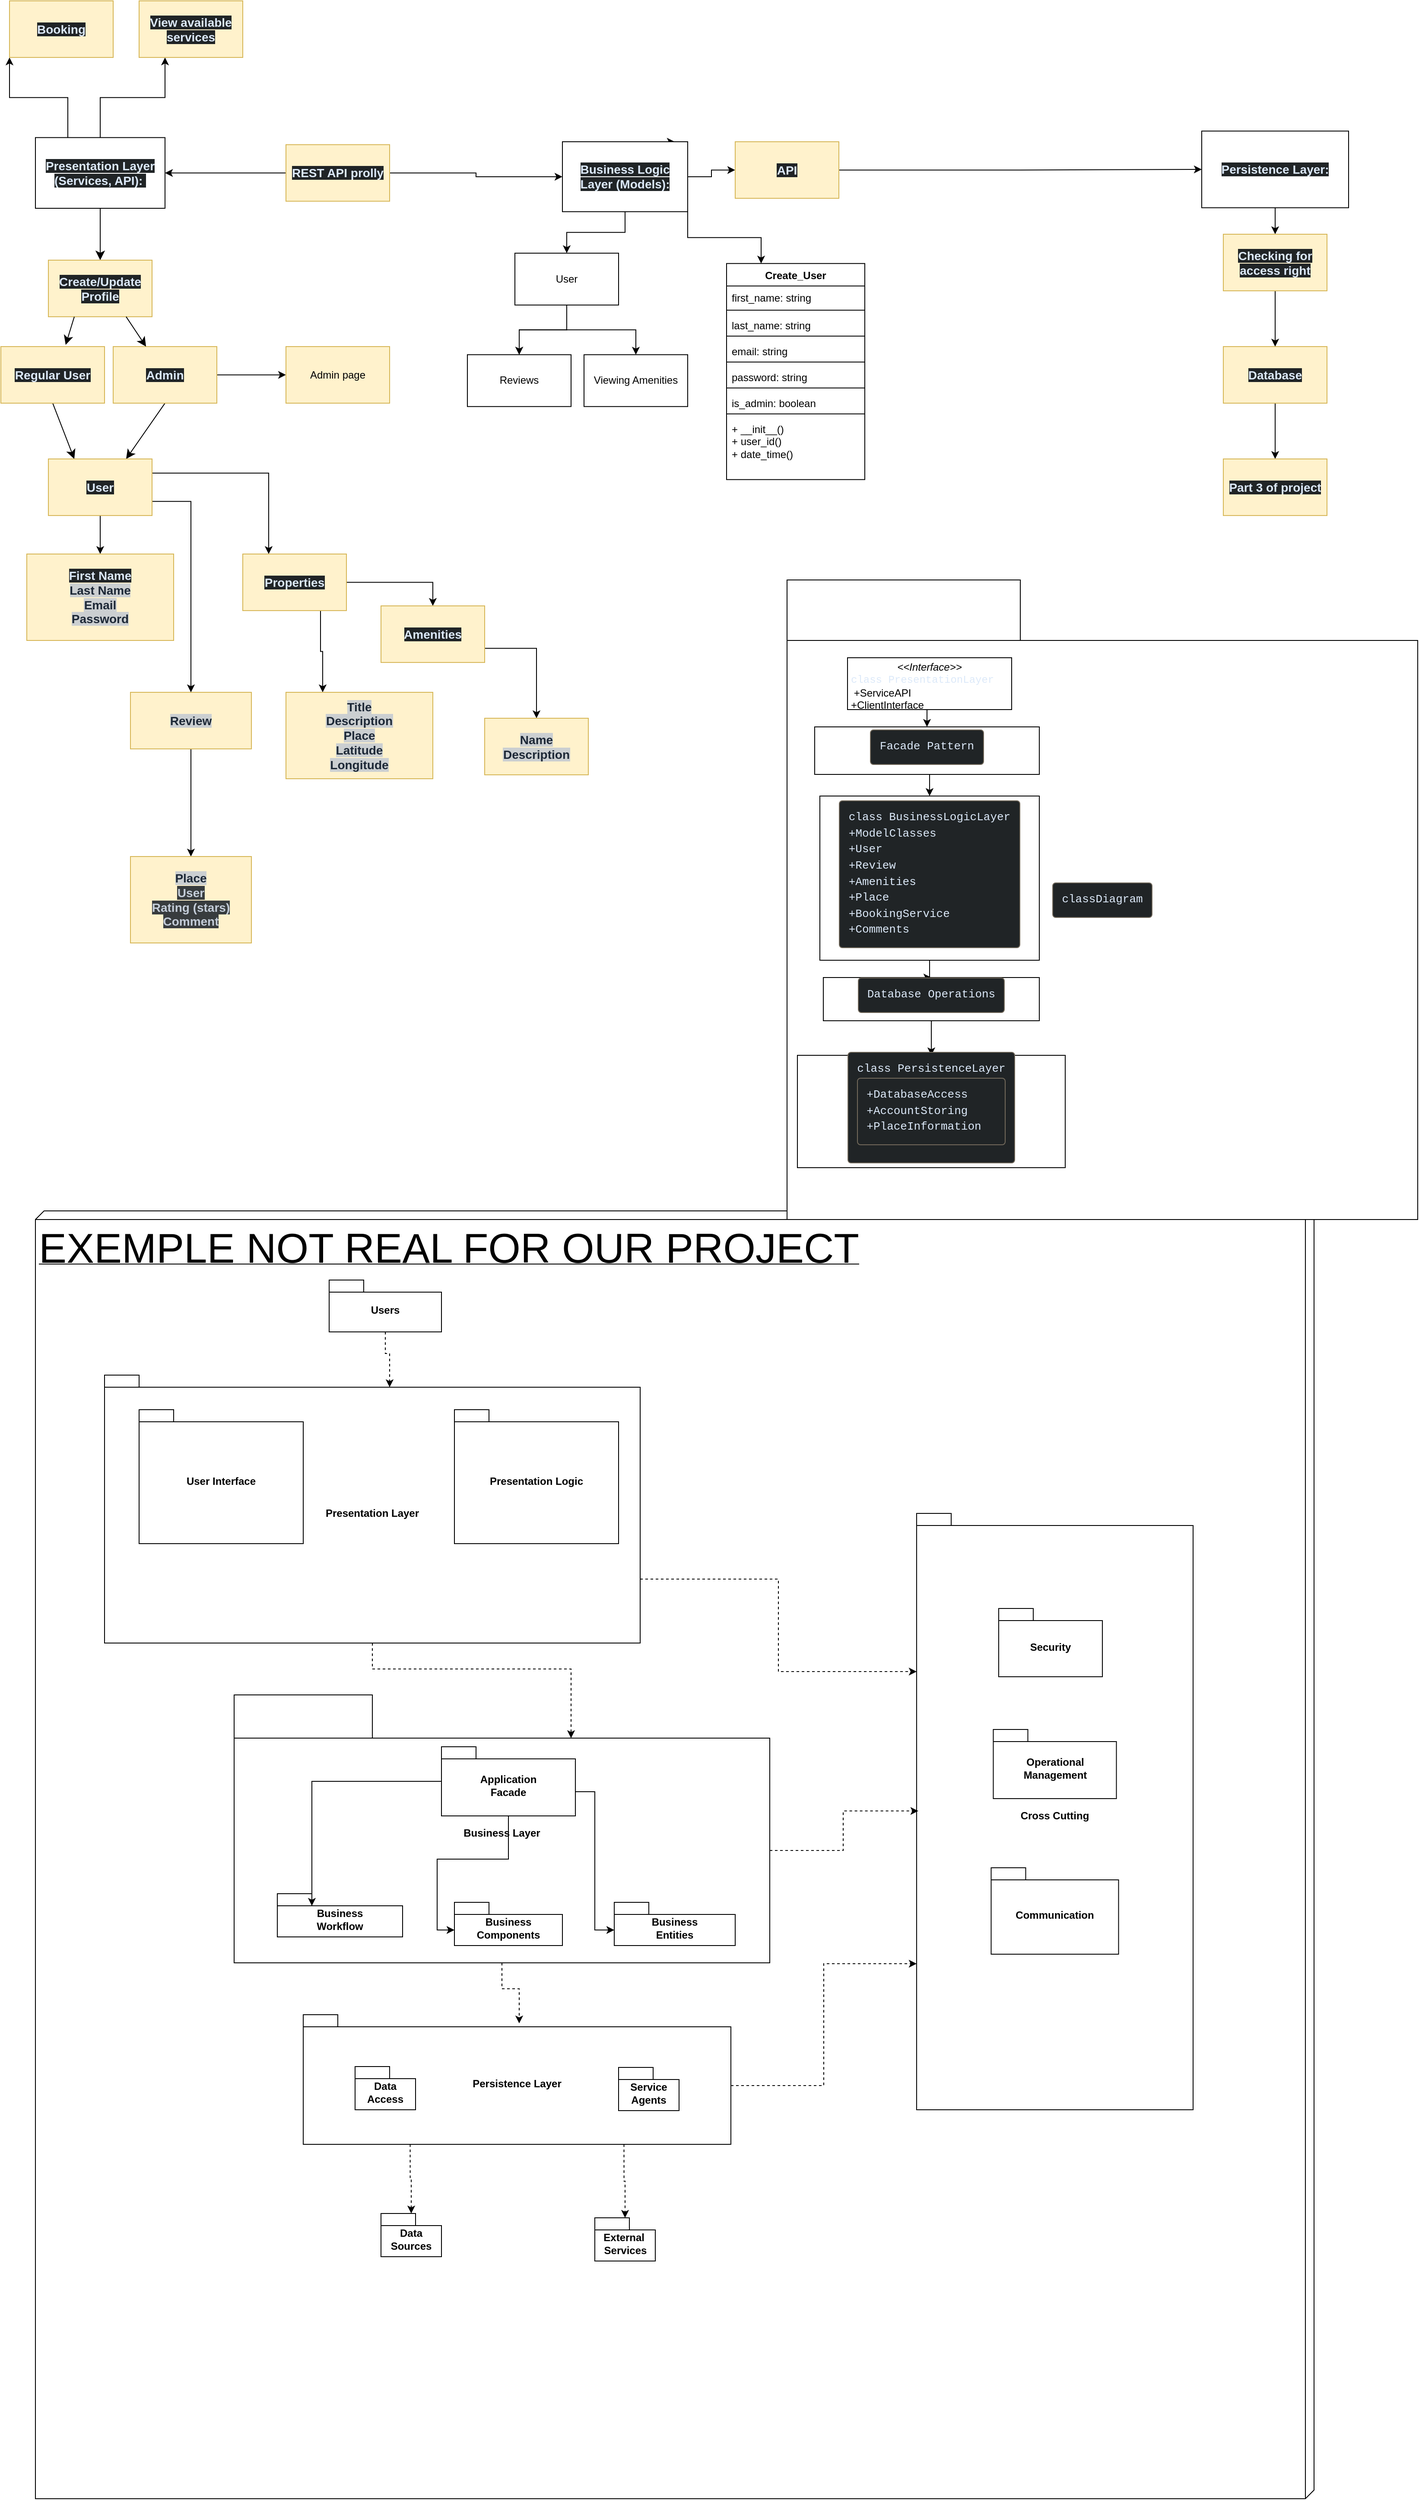
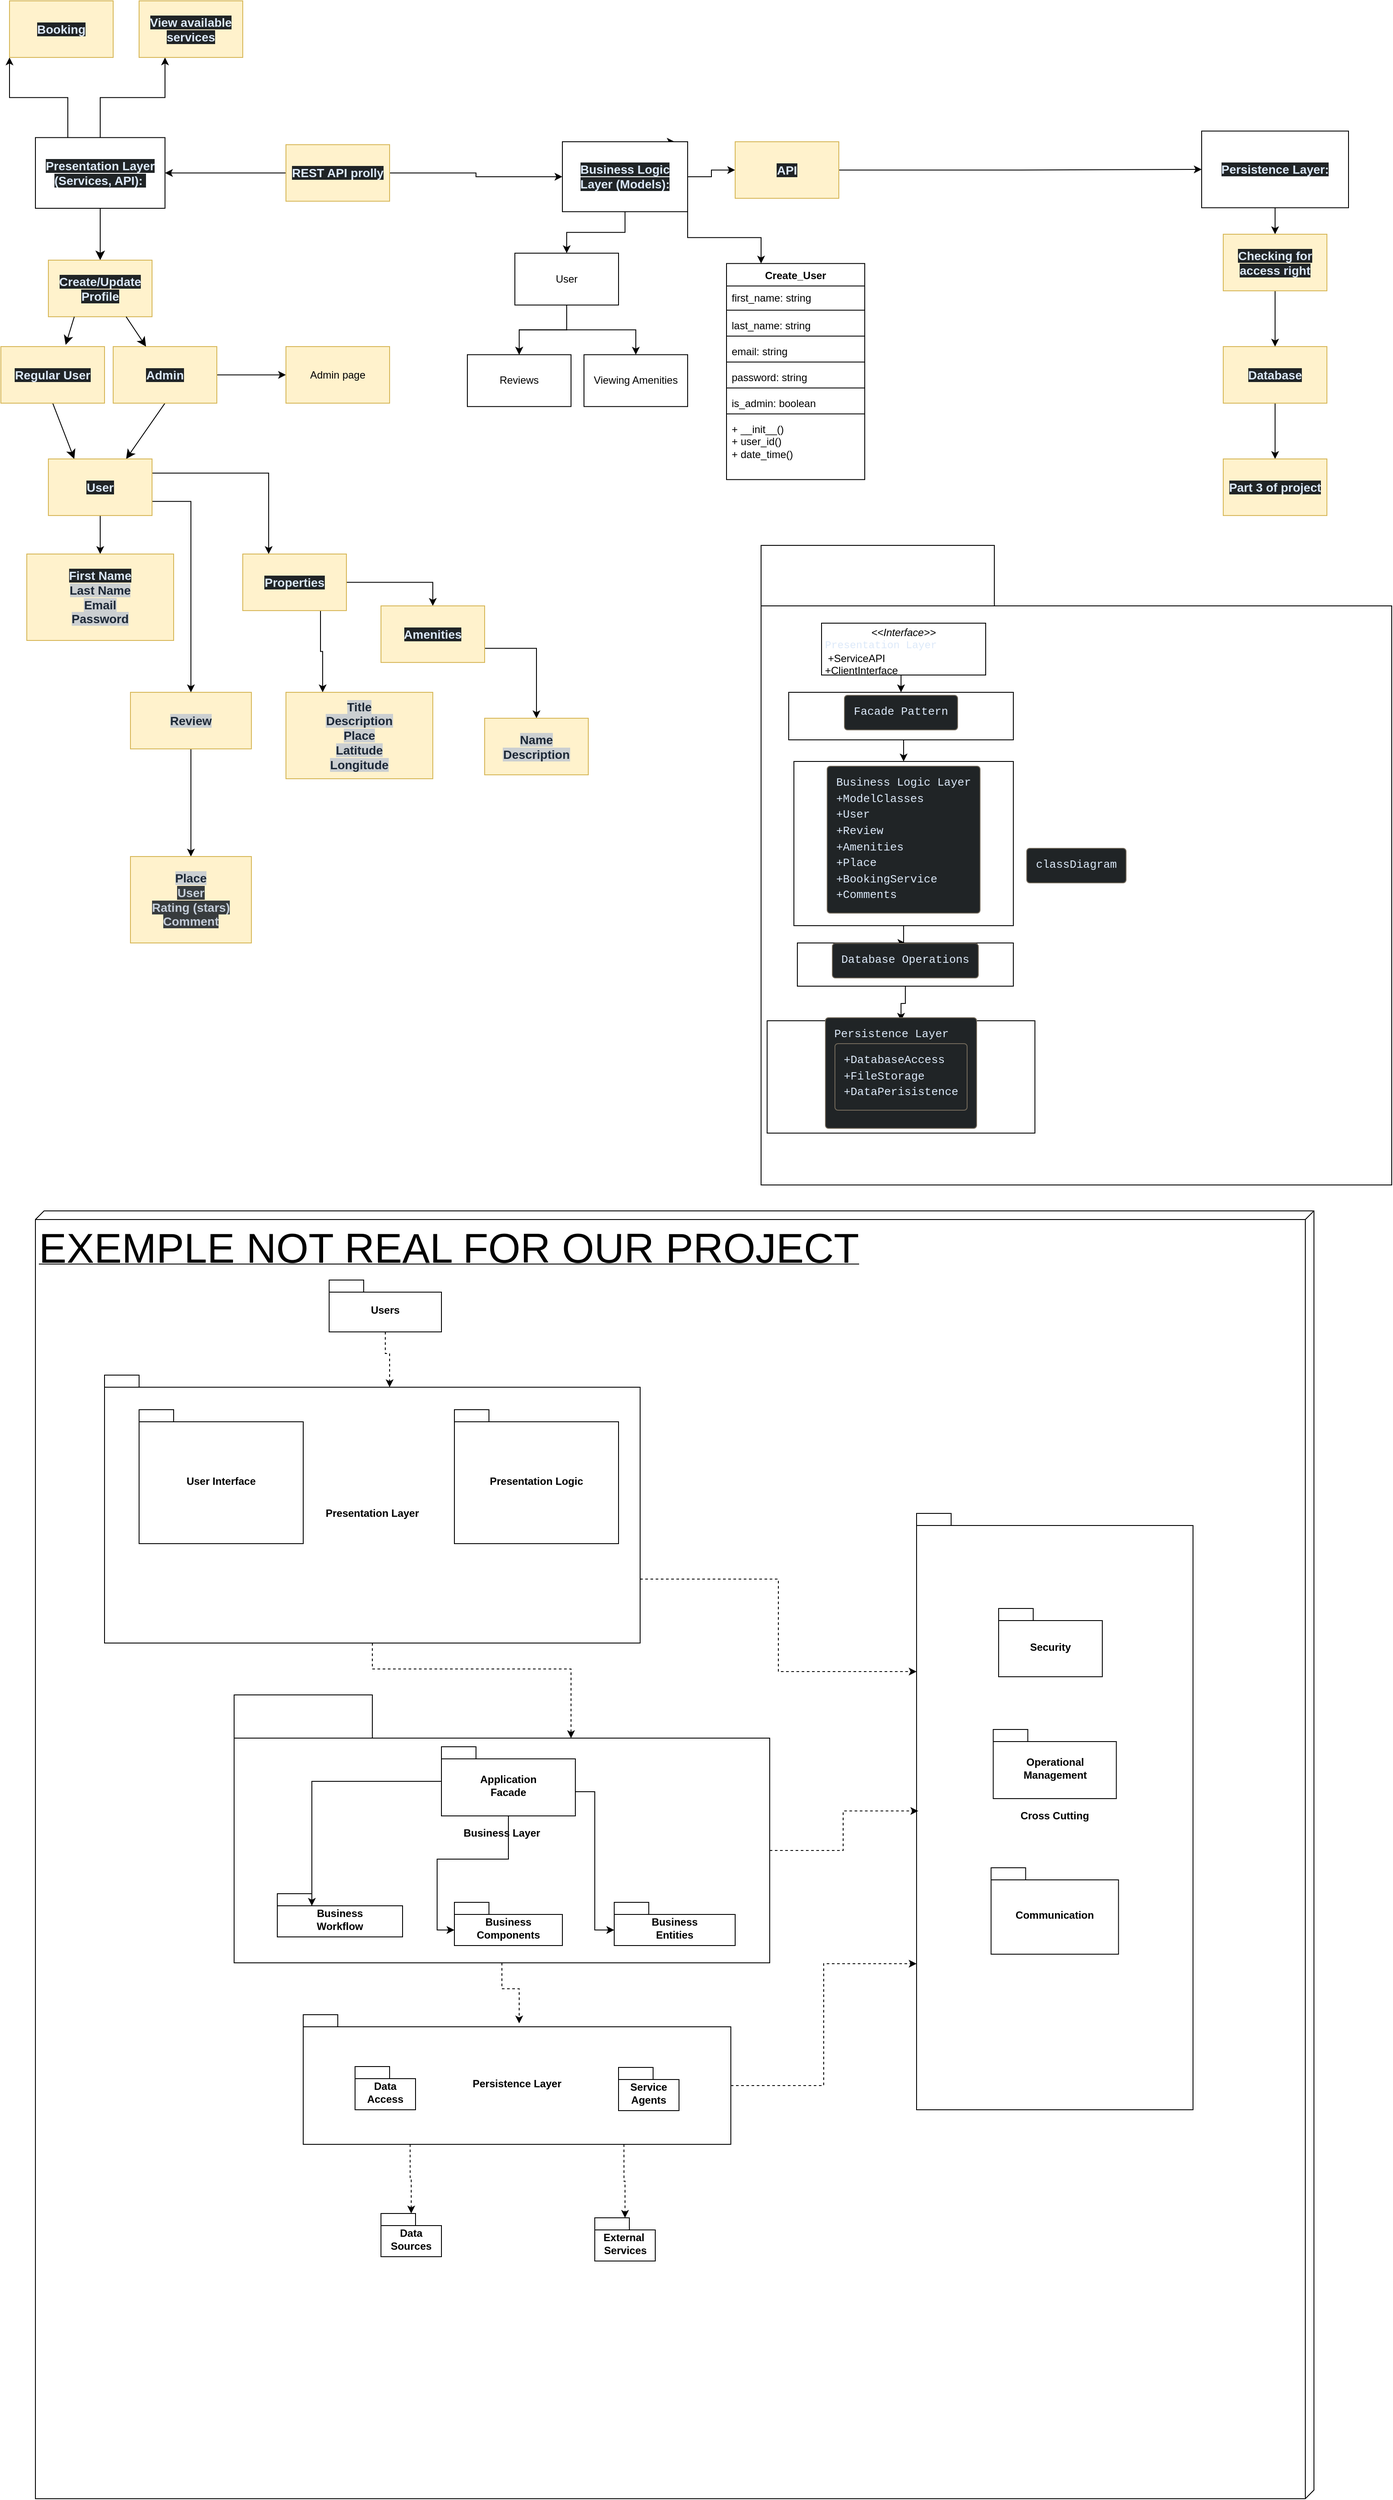
<mxfile host="app.diagrams.net">
  <diagram name="Page-1" id="-YqvBdWR7zro55ob8_1u">
-     <mxGraphModel dx="1134" dy="780" grid="1" gridSize="10" guides="1" tooltips="1" connect="1" arrows="1" fold="1" page="1" pageScale="1" pageWidth="850" pageHeight="1100" math="0" shadow="0">
+     <mxGraphModel dx="1610" dy="877" grid="1" gridSize="10" guides="1" tooltips="1" connect="1" arrows="1" fold="1" page="1" pageScale="1" pageWidth="850" pageHeight="1100" math="0" shadow="0">
      <root>
        <mxCell id="0" />
        <mxCell id="1" parent="0" />
        <mxCell id="ak4_qq2vWhMhYVfdcJaX-1" parent="1" style="verticalAlign=top;align=left;spacingTop=8;spacingLeft=2;spacingRight=12;shape=cube;size=10;direction=south;fontStyle=4;html=1;whiteSpace=wrap;" value="&lt;font style=&quot;font-size: 48px;&quot;&gt;EXEMPLE NOT REAL FOR OUR PROJECT&lt;/font&gt;" vertex="1">
          <mxGeometry height="1490" width="1480" x="40" y="1500" as="geometry" />
        </mxCell>
        <mxCell id="Xk1fa7zEFvqhqLaLLcKz-15" parent="1" style="shape=folder;fontStyle=1;spacingTop=10;tabWidth=270;tabHeight=70;tabPosition=left;html=1;whiteSpace=wrap;" value="&lt;pre style=&quot;box-sizing: border-box; overflow: auto; font-family: Menlo, Monaco, Consolas, &amp;quot;Courier New&amp;quot;, monospace; font-size: 13px; margin: 0px 0px 10px; line-height: 1.42857; color: rgb(220, 233, 249); word-break: break-all; overflow-wrap: break-word; border-width: 1px; border-style: solid; border-image: initial; scrollbar-color: rgb(95, 99, 104) rgb(49, 54, 60); font-weight: 400; text-align: start; padding: 10px !important; background-color: rgb(32, 36, 38) !important; border-color: rgb(114, 105, 91) !important; border-radius: 4px !important;&quot;&gt;&lt;code class=&quot;mermaid language-mermaid&quot; style=&quot;box-sizing: border-box; font-family: Menlo, Monaco, Consolas, &amp;quot;Courier New&amp;quot;, monospace; font-size: inherit; padding: 0px; border-radius: 0px; white-space: pre-wrap; scrollbar-color: rgb(95, 99, 104) rgb(49, 54, 60); background-color: transparent !important;&quot;&gt;classDiagram&lt;/code&gt;&lt;/pre&gt;" vertex="1">
-           <mxGeometry height="740" width="730" x="910" y="770" as="geometry" />
+           <mxGeometry height="740" width="730" x="880" y="730" as="geometry" />
        </mxCell>
        <mxCell id="knfjWByLyRWuwcYY4K55-11" edge="1" parent="1" source="hUDn5ZNKDxH-Q9J3WyCt-1" style="edgeStyle=none;curved=1;rounded=0;orthogonalLoop=1;jettySize=auto;html=1;exitX=0.5;exitY=1;exitDx=0;exitDy=0;fontSize=12;startSize=8;endSize=8;" target="knfjWByLyRWuwcYY4K55-1">
          <mxGeometry relative="1" as="geometry" />
        </mxCell>
        <mxCell id="nrL1aRvaP8A3k5mvhdIb-1" edge="1" parent="1" source="hUDn5ZNKDxH-Q9J3WyCt-1" style="edgeStyle=orthogonalEdgeStyle;rounded=0;orthogonalLoop=1;jettySize=auto;html=1;exitX=0.25;exitY=0;exitDx=0;exitDy=0;entryX=0;entryY=1;entryDx=0;entryDy=0;" target="nDmQYND_-jVZAFU5oeKq-2">
          <mxGeometry relative="1" as="geometry" />
        </mxCell>
        <mxCell id="nrL1aRvaP8A3k5mvhdIb-2" edge="1" parent="1" source="hUDn5ZNKDxH-Q9J3WyCt-1" style="edgeStyle=orthogonalEdgeStyle;rounded=0;orthogonalLoop=1;jettySize=auto;html=1;exitX=0.5;exitY=0;exitDx=0;exitDy=0;entryX=0.25;entryY=1;entryDx=0;entryDy=0;" target="nDmQYND_-jVZAFU5oeKq-3">
          <mxGeometry relative="1" as="geometry" />
        </mxCell>
        <mxCell id="hUDn5ZNKDxH-Q9J3WyCt-1" parent="1" style="rounded=0;whiteSpace=wrap;html=1;" value="&lt;strong style=&quot;box-sizing: border-box; font-weight: bold; scrollbar-color: rgb(95, 99, 104) rgb(49, 54, 60); color: rgb(220, 233, 249); font-family: aktiv-grotesk, sans-serif; font-size: 14px; text-align: start; background-color: rgb(32, 36, 38);&quot;&gt;Presentation Layer (Services, API):&lt;/strong&gt;&lt;span style=&quot;color: rgb(220, 233, 249); font-family: aktiv-grotesk, sans-serif; font-size: 14px; text-align: start; background-color: rgb(32, 36, 38);&quot;&gt;&amp;nbsp;&lt;/span&gt;" vertex="1">
          <mxGeometry height="81.82" width="150" x="40" y="258.18" as="geometry" />
        </mxCell>
        <mxCell id="nrL1aRvaP8A3k5mvhdIb-28" edge="1" parent="1" source="hUDn5ZNKDxH-Q9J3WyCt-2" style="edgeStyle=orthogonalEdgeStyle;rounded=0;orthogonalLoop=1;jettySize=auto;html=1;exitX=0.75;exitY=0;exitDx=0;exitDy=0;">
          <mxGeometry relative="1" as="geometry">
            <mxPoint x="780" y="262.92" as="targetPoint" />
          </mxGeometry>
        </mxCell>
        <mxCell id="nrL1aRvaP8A3k5mvhdIb-29" edge="1" parent="1" source="hUDn5ZNKDxH-Q9J3WyCt-2" style="edgeStyle=orthogonalEdgeStyle;rounded=0;orthogonalLoop=1;jettySize=auto;html=1;exitX=1;exitY=0.5;exitDx=0;exitDy=0;entryX=0;entryY=0.5;entryDx=0;entryDy=0;" target="nrL1aRvaP8A3k5mvhdIb-25">
          <mxGeometry relative="1" as="geometry" />
        </mxCell>
        <mxCell id="IQe30unK_AcWwb2UXMVU-2" edge="1" parent="1" source="hUDn5ZNKDxH-Q9J3WyCt-2" style="edgeStyle=orthogonalEdgeStyle;rounded=0;orthogonalLoop=1;jettySize=auto;html=1;" target="IQe30unK_AcWwb2UXMVU-1" value="">
          <mxGeometry relative="1" as="geometry" />
        </mxCell>
        <mxCell id="bphd-XHS044pXj_6YrF3-8" edge="1" parent="1" source="hUDn5ZNKDxH-Q9J3WyCt-2" style="edgeStyle=orthogonalEdgeStyle;rounded=0;orthogonalLoop=1;jettySize=auto;html=1;exitX=1;exitY=1;exitDx=0;exitDy=0;entryX=0.25;entryY=0;entryDx=0;entryDy=0;" target="bphd-XHS044pXj_6YrF3-4">
          <mxGeometry relative="1" as="geometry" />
        </mxCell>
        <mxCell id="hUDn5ZNKDxH-Q9J3WyCt-2" parent="1" style="rounded=0;whiteSpace=wrap;html=1;" value="&lt;strong style=&quot;box-sizing: border-box; font-weight: bold; scrollbar-color: rgb(95, 99, 104) rgb(49, 54, 60); color: rgb(220, 233, 249); font-family: aktiv-grotesk, sans-serif; font-size: 14px; text-align: start; background-color: rgb(32, 36, 38);&quot;&gt;Business Logic Layer (Models):&lt;/strong&gt;" vertex="1">
          <mxGeometry height="80.93" width="145" x="650" y="262.99" as="geometry" />
        </mxCell>
        <mxCell id="lqWkxY9uZ9eT4ogvRrYx-3" edge="1" parent="1" source="hUDn5ZNKDxH-Q9J3WyCt-3" style="edgeStyle=orthogonalEdgeStyle;rounded=0;orthogonalLoop=1;jettySize=auto;html=1;exitX=0.5;exitY=1;exitDx=0;exitDy=0;entryX=0.5;entryY=0;entryDx=0;entryDy=0;" target="lqWkxY9uZ9eT4ogvRrYx-2">
          <mxGeometry relative="1" as="geometry" />
        </mxCell>
        <mxCell id="hUDn5ZNKDxH-Q9J3WyCt-3" parent="1" style="rounded=0;whiteSpace=wrap;html=1;" value="&lt;strong style=&quot;box-sizing: border-box; font-weight: bold; scrollbar-color: rgb(95, 99, 104) rgb(49, 54, 60); color: rgb(220, 233, 249); font-family: aktiv-grotesk, sans-serif; font-size: 14px; text-align: start; background-color: rgb(32, 36, 38);&quot;&gt;Persistence Layer:&lt;/strong&gt;" vertex="1">
          <mxGeometry height="88.7" width="170" x="1390" y="250.65" as="geometry" />
        </mxCell>
        <mxCell id="nDmQYND_-jVZAFU5oeKq-2" parent="1" style="rounded=0;whiteSpace=wrap;html=1;fillColor=#fff2cc;strokeColor=#d6b656;" value="&lt;div style=&quot;text-align: start;&quot;&gt;&lt;font color=&quot;#dce9f9&quot; face=&quot;aktiv-grotesk, sans-serif&quot;&gt;&lt;span style=&quot;font-size: 14px; background-color: rgb(32, 36, 38);&quot;&gt;&lt;b&gt;Booking&lt;/b&gt;&lt;/span&gt;&lt;/font&gt;&lt;/div&gt;" vertex="1">
          <mxGeometry height="65.46" width="120" x="10" y="100" as="geometry" />
        </mxCell>
        <mxCell id="nDmQYND_-jVZAFU5oeKq-3" parent="1" style="rounded=0;whiteSpace=wrap;html=1;align=center;fillColor=#fff2cc;strokeColor=#d6b656;" value="&lt;div style=&quot;&quot;&gt;&lt;font color=&quot;#dce9f9&quot; face=&quot;aktiv-grotesk, sans-serif&quot;&gt;&lt;span style=&quot;font-size: 14px; background-color: rgb(32, 36, 38);&quot;&gt;&lt;b&gt;View available services&lt;/b&gt;&lt;/span&gt;&lt;/font&gt;&lt;/div&gt;" vertex="1">
          <mxGeometry height="65.46" width="120" x="160" y="100.00000000000003" as="geometry" />
        </mxCell>
        <mxCell id="bphd-XHS044pXj_6YrF3-2" edge="1" parent="1" source="nDmQYND_-jVZAFU5oeKq-4" style="edgeStyle=orthogonalEdgeStyle;rounded=0;orthogonalLoop=1;jettySize=auto;html=1;exitX=0.5;exitY=1;exitDx=0;exitDy=0;entryX=0.5;entryY=0;entryDx=0;entryDy=0;" target="bphd-XHS044pXj_6YrF3-1">
          <mxGeometry relative="1" as="geometry" />
        </mxCell>
        <mxCell id="nDmQYND_-jVZAFU5oeKq-4" parent="1" style="rounded=0;whiteSpace=wrap;html=1;align=center;fillColor=#fff2cc;strokeColor=#d6b656;" value="&lt;div style=&quot;&quot;&gt;&lt;font color=&quot;#1d2836&quot; face=&quot;aktiv-grotesk, sans-serif&quot;&gt;&lt;span style=&quot;font-size: 14px; background-color: rgb(203, 207, 209);&quot;&gt;&lt;b&gt;Review&lt;/b&gt;&lt;/span&gt;&lt;/font&gt;&lt;/div&gt;" vertex="1">
          <mxGeometry height="65.46" width="140" x="150" y="900" as="geometry" />
        </mxCell>
        <mxCell id="knfjWByLyRWuwcYY4K55-1" parent="1" style="rounded=0;whiteSpace=wrap;html=1;align=center;fillColor=#fff2cc;strokeColor=#d6b656;" value="&lt;div style=&quot;&quot;&gt;&lt;font color=&quot;#dce9f9&quot; face=&quot;aktiv-grotesk, sans-serif&quot;&gt;&lt;span style=&quot;font-size: 14px; background-color: rgb(32, 36, 38);&quot;&gt;&lt;b&gt;Create/Update Profile&lt;/b&gt;&lt;/span&gt;&lt;/font&gt;&lt;/div&gt;" vertex="1">
          <mxGeometry height="65.46" width="120" x="55" y="400" as="geometry" />
        </mxCell>
        <mxCell id="knfjWByLyRWuwcYY4K55-12" edge="1" parent="1" source="knfjWByLyRWuwcYY4K55-3" style="edgeStyle=none;curved=1;rounded=0;orthogonalLoop=1;jettySize=auto;html=1;exitX=0.5;exitY=1;exitDx=0;exitDy=0;entryX=0.25;entryY=0;entryDx=0;entryDy=0;fontSize=12;startSize=8;endSize=8;" target="knfjWByLyRWuwcYY4K55-7">
          <mxGeometry relative="1" as="geometry" />
        </mxCell>
        <mxCell id="knfjWByLyRWuwcYY4K55-3" parent="1" style="rounded=0;whiteSpace=wrap;html=1;align=center;fillColor=#fff2cc;strokeColor=#d6b656;" value="&lt;div style=&quot;&quot;&gt;&lt;font color=&quot;#dce9f9&quot; face=&quot;aktiv-grotesk, sans-serif&quot;&gt;&lt;span style=&quot;font-size: 14px; background-color: rgb(32, 36, 38);&quot;&gt;&lt;b&gt;Regular User&lt;/b&gt;&lt;/span&gt;&lt;/font&gt;&lt;/div&gt;" vertex="1">
          <mxGeometry height="65.46" width="120" y="500" as="geometry" />
        </mxCell>
        <mxCell id="knfjWByLyRWuwcYY4K55-13" edge="1" parent="1" source="knfjWByLyRWuwcYY4K55-4" style="edgeStyle=none;curved=1;rounded=0;orthogonalLoop=1;jettySize=auto;html=1;exitX=0.5;exitY=1;exitDx=0;exitDy=0;entryX=0.75;entryY=0;entryDx=0;entryDy=0;fontSize=12;startSize=8;endSize=8;" target="knfjWByLyRWuwcYY4K55-7">
          <mxGeometry relative="1" as="geometry" />
        </mxCell>
        <mxCell id="aWwyGlZGmxZRMDZtTTIC-5" edge="1" parent="1" source="knfjWByLyRWuwcYY4K55-4" style="edgeStyle=orthogonalEdgeStyle;rounded=0;orthogonalLoop=1;jettySize=auto;html=1;" target="aWwyGlZGmxZRMDZtTTIC-4" value="">
          <mxGeometry relative="1" as="geometry" />
        </mxCell>
        <mxCell id="knfjWByLyRWuwcYY4K55-4" parent="1" style="rounded=0;whiteSpace=wrap;html=1;align=center;fillColor=#fff2cc;strokeColor=#d6b656;" value="&lt;div style=&quot;&quot;&gt;&lt;font color=&quot;#dce9f9&quot; face=&quot;aktiv-grotesk, sans-serif&quot;&gt;&lt;span style=&quot;font-size: 14px; background-color: rgb(32, 36, 38);&quot;&gt;&lt;b&gt;Admin&lt;/b&gt;&lt;/span&gt;&lt;/font&gt;&lt;/div&gt;" vertex="1">
          <mxGeometry height="65.46" width="120" x="130" y="500" as="geometry" />
        </mxCell>
        <mxCell id="knfjWByLyRWuwcYY4K55-5" edge="1" parent="1" source="knfjWByLyRWuwcYY4K55-1" style="edgeStyle=none;curved=1;rounded=0;orthogonalLoop=1;jettySize=auto;html=1;exitX=0.25;exitY=1;exitDx=0;exitDy=0;entryX=0.625;entryY=-0.031;entryDx=0;entryDy=0;entryPerimeter=0;fontSize=12;startSize=8;endSize=8;" target="knfjWByLyRWuwcYY4K55-3">
          <mxGeometry relative="1" as="geometry" />
        </mxCell>
        <mxCell id="knfjWByLyRWuwcYY4K55-6" edge="1" parent="1" source="knfjWByLyRWuwcYY4K55-1" style="edgeStyle=none;curved=1;rounded=0;orthogonalLoop=1;jettySize=auto;html=1;exitX=0.75;exitY=1;exitDx=0;exitDy=0;entryX=0.317;entryY=0;entryDx=0;entryDy=0;entryPerimeter=0;fontSize=12;startSize=8;endSize=8;" target="knfjWByLyRWuwcYY4K55-4">
          <mxGeometry relative="1" as="geometry" />
        </mxCell>
        <mxCell id="nrL1aRvaP8A3k5mvhdIb-16" edge="1" parent="1" source="knfjWByLyRWuwcYY4K55-7" style="edgeStyle=orthogonalEdgeStyle;rounded=0;orthogonalLoop=1;jettySize=auto;html=1;exitX=0.5;exitY=1;exitDx=0;exitDy=0;entryX=0.5;entryY=0;entryDx=0;entryDy=0;" target="nrL1aRvaP8A3k5mvhdIb-10">
          <mxGeometry relative="1" as="geometry" />
        </mxCell>
        <mxCell id="nrL1aRvaP8A3k5mvhdIb-18" edge="1" parent="1" source="knfjWByLyRWuwcYY4K55-7" style="edgeStyle=orthogonalEdgeStyle;rounded=0;orthogonalLoop=1;jettySize=auto;html=1;exitX=1;exitY=0.75;exitDx=0;exitDy=0;entryX=0.5;entryY=0;entryDx=0;entryDy=0;" target="nDmQYND_-jVZAFU5oeKq-4">
          <mxGeometry relative="1" as="geometry" />
        </mxCell>
        <mxCell id="nrL1aRvaP8A3k5mvhdIb-19" edge="1" parent="1" source="knfjWByLyRWuwcYY4K55-7" style="edgeStyle=orthogonalEdgeStyle;rounded=0;orthogonalLoop=1;jettySize=auto;html=1;exitX=1;exitY=0.25;exitDx=0;exitDy=0;entryX=0.25;entryY=0;entryDx=0;entryDy=0;" target="nrL1aRvaP8A3k5mvhdIb-3">
          <mxGeometry relative="1" as="geometry" />
        </mxCell>
        <mxCell id="knfjWByLyRWuwcYY4K55-7" parent="1" style="rounded=0;whiteSpace=wrap;html=1;align=center;fillColor=#fff2cc;strokeColor=#d6b656;" value="&lt;div style=&quot;&quot;&gt;&lt;font color=&quot;#dce9f9&quot; face=&quot;aktiv-grotesk, sans-serif&quot;&gt;&lt;span style=&quot;font-size: 14px; background-color: rgb(32, 36, 38);&quot;&gt;&lt;b&gt;User&lt;/b&gt;&lt;/span&gt;&lt;/font&gt;&lt;/div&gt;" vertex="1">
          <mxGeometry height="65.46" width="120" x="55" y="630" as="geometry" />
        </mxCell>
        <mxCell id="lqWkxY9uZ9eT4ogvRrYx-5" edge="1" parent="1" source="knfjWByLyRWuwcYY4K55-9" style="edgeStyle=orthogonalEdgeStyle;rounded=0;orthogonalLoop=1;jettySize=auto;html=1;entryX=0.5;entryY=0;entryDx=0;entryDy=0;" target="knfjWByLyRWuwcYY4K55-14">
          <mxGeometry relative="1" as="geometry" />
        </mxCell>
        <mxCell id="knfjWByLyRWuwcYY4K55-9" parent="1" style="rounded=0;whiteSpace=wrap;html=1;align=center;fillColor=#fff2cc;strokeColor=#d6b656;" value="&lt;div style=&quot;&quot;&gt;&lt;font color=&quot;#dce9f9&quot; face=&quot;aktiv-grotesk, sans-serif&quot;&gt;&lt;span style=&quot;font-size: 14px; background-color: rgb(32, 36, 38);&quot;&gt;&lt;b&gt;Database&lt;/b&gt;&lt;/span&gt;&lt;/font&gt;&lt;/div&gt;" vertex="1">
          <mxGeometry height="65.46" width="120" x="1415" y="500.00000000000006" as="geometry" />
        </mxCell>
        <mxCell id="knfjWByLyRWuwcYY4K55-14" parent="1" style="rounded=0;whiteSpace=wrap;html=1;align=center;fillColor=#fff2cc;strokeColor=#d6b656;" value="&lt;div style=&quot;&quot;&gt;&lt;font color=&quot;#dce9f9&quot; face=&quot;aktiv-grotesk, sans-serif&quot;&gt;&lt;span style=&quot;font-size: 14px; background-color: rgb(32, 36, 38);&quot;&gt;&lt;b&gt;Part 3 of project&lt;/b&gt;&lt;/span&gt;&lt;/font&gt;&lt;/div&gt;" vertex="1">
          <mxGeometry height="65.46" width="120" x="1415" y="630" as="geometry" />
        </mxCell>
        <mxCell id="bphd-XHS044pXj_6YrF3-3" edge="1" parent="1" source="nrL1aRvaP8A3k5mvhdIb-3" style="edgeStyle=orthogonalEdgeStyle;rounded=0;orthogonalLoop=1;jettySize=auto;html=1;exitX=0.75;exitY=1;exitDx=0;exitDy=0;entryX=0.25;entryY=0;entryDx=0;entryDy=0;" target="nrL1aRvaP8A3k5mvhdIb-20">
          <mxGeometry relative="1" as="geometry">
            <mxPoint x="370.11764705882365" y="910" as="targetPoint" />
          </mxGeometry>
        </mxCell>
        <mxCell id="bphd-XHS044pXj_6YrF3-10" edge="1" parent="1" source="nrL1aRvaP8A3k5mvhdIb-3" style="edgeStyle=orthogonalEdgeStyle;rounded=0;orthogonalLoop=1;jettySize=auto;html=1;exitX=1;exitY=0.5;exitDx=0;exitDy=0;entryX=0.5;entryY=0;entryDx=0;entryDy=0;" target="bphd-XHS044pXj_6YrF3-9">
          <mxGeometry relative="1" as="geometry" />
        </mxCell>
        <mxCell id="nrL1aRvaP8A3k5mvhdIb-3" parent="1" style="rounded=0;whiteSpace=wrap;html=1;align=center;fillColor=#fff2cc;strokeColor=#d6b656;" value="&lt;div style=&quot;&quot;&gt;&lt;font color=&quot;#dce9f9&quot; face=&quot;aktiv-grotesk, sans-serif&quot;&gt;&lt;span style=&quot;font-size: 14px; background-color: rgb(32, 36, 38);&quot;&gt;&lt;b&gt;Properties&lt;/b&gt;&lt;/span&gt;&lt;/font&gt;&lt;/div&gt;" vertex="1">
          <mxGeometry height="65.46" width="120" x="280" y="740" as="geometry" />
        </mxCell>
        <mxCell id="nrL1aRvaP8A3k5mvhdIb-10" parent="1" style="rounded=0;whiteSpace=wrap;html=1;align=center;fillColor=#fff2cc;strokeColor=#d6b656;" value="&lt;div style=&quot;&quot;&gt;&lt;font color=&quot;#dce9f9&quot; face=&quot;aktiv-grotesk, sans-serif&quot;&gt;&lt;span style=&quot;font-size: 14px; background-color: rgb(32, 36, 38);&quot;&gt;&lt;b&gt;First Name&lt;/b&gt;&lt;/span&gt;&lt;/font&gt;&lt;/div&gt;&lt;div style=&quot;&quot;&gt;&lt;font color=&quot;#1d2836&quot; face=&quot;aktiv-grotesk, sans-serif&quot;&gt;&lt;span style=&quot;font-size: 14px; background-color: rgb(203, 207, 209);&quot;&gt;&lt;b&gt;Last Name&lt;/b&gt;&lt;/span&gt;&lt;/font&gt;&lt;/div&gt;&lt;div style=&quot;&quot;&gt;&lt;font color=&quot;#1d2836&quot; face=&quot;aktiv-grotesk, sans-serif&quot;&gt;&lt;span style=&quot;font-size: 14px; background-color: rgb(203, 207, 209);&quot;&gt;&lt;b&gt;Email&lt;/b&gt;&lt;/span&gt;&lt;/font&gt;&lt;/div&gt;&lt;div style=&quot;&quot;&gt;&lt;font color=&quot;#1d2836&quot; face=&quot;aktiv-grotesk, sans-serif&quot;&gt;&lt;span style=&quot;font-size: 14px; background-color: rgb(203, 207, 209);&quot;&gt;&lt;b&gt;Password&lt;/b&gt;&lt;/span&gt;&lt;/font&gt;&lt;/div&gt;" vertex="1">
          <mxGeometry height="100" width="170" x="30" y="740" as="geometry" />
        </mxCell>
        <mxCell id="nrL1aRvaP8A3k5mvhdIb-20" parent="1" style="rounded=0;whiteSpace=wrap;html=1;align=center;fillColor=#fff2cc;strokeColor=#d6b656;" value="&lt;div style=&quot;&quot;&gt;&lt;font color=&quot;#1d2836&quot; face=&quot;aktiv-grotesk, sans-serif&quot;&gt;&lt;span style=&quot;font-size: 14px; background-color: rgb(203, 207, 209);&quot;&gt;&lt;b&gt;Title&lt;/b&gt;&lt;/span&gt;&lt;/font&gt;&lt;/div&gt;&lt;div style=&quot;&quot;&gt;&lt;font color=&quot;#1d2836&quot; face=&quot;aktiv-grotesk, sans-serif&quot;&gt;&lt;span style=&quot;font-size: 14px; background-color: rgb(203, 207, 209);&quot;&gt;&lt;b&gt;Description&lt;/b&gt;&lt;/span&gt;&lt;/font&gt;&lt;/div&gt;&lt;div style=&quot;&quot;&gt;&lt;font color=&quot;#1d2836&quot; face=&quot;aktiv-grotesk, sans-serif&quot;&gt;&lt;span style=&quot;font-size: 14px; background-color: rgb(203, 207, 209);&quot;&gt;&lt;b&gt;Place&lt;/b&gt;&lt;/span&gt;&lt;/font&gt;&lt;/div&gt;&lt;div style=&quot;&quot;&gt;&lt;font color=&quot;#1d2836&quot; face=&quot;aktiv-grotesk, sans-serif&quot;&gt;&lt;span style=&quot;font-size: 14px; background-color: rgb(203, 207, 209);&quot;&gt;&lt;b&gt;Latitude&lt;/b&gt;&lt;/span&gt;&lt;/font&gt;&lt;/div&gt;&lt;div style=&quot;&quot;&gt;&lt;font color=&quot;#1d2836&quot; face=&quot;aktiv-grotesk, sans-serif&quot;&gt;&lt;span style=&quot;font-size: 14px; background-color: rgb(203, 207, 209);&quot;&gt;&lt;b&gt;Longitude&lt;/b&gt;&lt;/span&gt;&lt;/font&gt;&lt;/div&gt;" vertex="1">
          <mxGeometry height="100" width="170" x="330" y="900" as="geometry" />
        </mxCell>
        <mxCell id="nrL1aRvaP8A3k5mvhdIb-26" edge="1" parent="1" source="nrL1aRvaP8A3k5mvhdIb-24" style="edgeStyle=orthogonalEdgeStyle;rounded=0;orthogonalLoop=1;jettySize=auto;html=1;exitX=1;exitY=0.5;exitDx=0;exitDy=0;" target="hUDn5ZNKDxH-Q9J3WyCt-2">
          <mxGeometry relative="1" as="geometry">
            <mxPoint x="610" y="299.5700000000001" as="sourcePoint" />
          </mxGeometry>
        </mxCell>
        <mxCell id="nrL1aRvaP8A3k5mvhdIb-27" edge="1" parent="1" source="nrL1aRvaP8A3k5mvhdIb-24" style="edgeStyle=orthogonalEdgeStyle;rounded=0;orthogonalLoop=1;jettySize=auto;html=1;exitX=0;exitY=0.5;exitDx=0;exitDy=0;entryX=1;entryY=0.5;entryDx=0;entryDy=0;" target="hUDn5ZNKDxH-Q9J3WyCt-1">
          <mxGeometry relative="1" as="geometry" />
        </mxCell>
        <mxCell id="nrL1aRvaP8A3k5mvhdIb-24" parent="1" style="rounded=0;whiteSpace=wrap;html=1;align=center;fillColor=#fff2cc;strokeColor=#d6b656;" value="&lt;div style=&quot;&quot;&gt;&lt;font color=&quot;#dce9f9&quot; face=&quot;aktiv-grotesk, sans-serif&quot;&gt;&lt;span style=&quot;font-size: 14px; background-color: rgb(32, 36, 38);&quot;&gt;&lt;b&gt;REST API prolly&lt;/b&gt;&lt;/span&gt;&lt;/font&gt;&lt;/div&gt;" vertex="1">
          <mxGeometry height="65.46" width="120" x="330" y="266.35999999999996" as="geometry" />
        </mxCell>
        <mxCell id="nrL1aRvaP8A3k5mvhdIb-30" edge="1" parent="1" source="nrL1aRvaP8A3k5mvhdIb-25" style="edgeStyle=orthogonalEdgeStyle;rounded=0;orthogonalLoop=1;jettySize=auto;html=1;exitX=1;exitY=0.5;exitDx=0;exitDy=0;entryX=0;entryY=0.5;entryDx=0;entryDy=0;" target="hUDn5ZNKDxH-Q9J3WyCt-3">
          <mxGeometry relative="1" as="geometry" />
        </mxCell>
        <mxCell id="nrL1aRvaP8A3k5mvhdIb-25" parent="1" style="rounded=0;whiteSpace=wrap;html=1;align=center;fillColor=#fff2cc;strokeColor=#d6b656;" value="&lt;div style=&quot;&quot;&gt;&lt;font color=&quot;#dce9f9&quot; face=&quot;aktiv-grotesk, sans-serif&quot;&gt;&lt;span style=&quot;font-size: 14px; background-color: rgb(32, 36, 38);&quot;&gt;&lt;b&gt;API&lt;/b&gt;&lt;/span&gt;&lt;/font&gt;&lt;/div&gt;" vertex="1">
          <mxGeometry height="65.46" width="120" x="850" y="262.99" as="geometry" />
        </mxCell>
        <mxCell id="bphd-XHS044pXj_6YrF3-1" parent="1" style="rounded=0;whiteSpace=wrap;html=1;align=center;fillColor=#fff2cc;strokeColor=#d6b656;" value="&lt;div style=&quot;&quot;&gt;&lt;font color=&quot;#1d2836&quot; face=&quot;aktiv-grotesk, sans-serif&quot;&gt;&lt;span style=&quot;font-size: 14px; background-color: rgb(203, 207, 209);&quot;&gt;&lt;b&gt;Place&lt;/b&gt;&lt;/span&gt;&lt;/font&gt;&lt;/div&gt;&lt;div style=&quot;&quot;&gt;&lt;font color=&quot;#c4cdd9&quot; face=&quot;aktiv-grotesk, sans-serif&quot;&gt;&lt;span style=&quot;font-size: 14px; background-color: rgb(56, 60, 62);&quot;&gt;&lt;b&gt;User&lt;/b&gt;&lt;/span&gt;&lt;/font&gt;&lt;/div&gt;&lt;div style=&quot;&quot;&gt;&lt;font color=&quot;#c4cdd9&quot; face=&quot;aktiv-grotesk, sans-serif&quot;&gt;&lt;span style=&quot;font-size: 14px; background-color: rgb(56, 60, 62);&quot;&gt;&lt;b&gt;Rating (stars)&lt;/b&gt;&lt;/span&gt;&lt;/font&gt;&lt;/div&gt;&lt;div style=&quot;&quot;&gt;&lt;font color=&quot;#c4cdd9&quot; face=&quot;aktiv-grotesk, sans-serif&quot;&gt;&lt;span style=&quot;font-size: 14px; background-color: rgb(56, 60, 62);&quot;&gt;&lt;b&gt;Comment&lt;/b&gt;&lt;/span&gt;&lt;/font&gt;&lt;/div&gt;" vertex="1">
          <mxGeometry height="100" width="140" x="150" y="1090" as="geometry" />
        </mxCell>
        <mxCell id="IQe30unK_AcWwb2UXMVU-4" edge="1" parent="1" source="IQe30unK_AcWwb2UXMVU-1" style="edgeStyle=orthogonalEdgeStyle;rounded=0;orthogonalLoop=1;jettySize=auto;html=1;" target="IQe30unK_AcWwb2UXMVU-3" value="">
          <mxGeometry relative="1" as="geometry" />
        </mxCell>
        <mxCell id="bphd-XHS044pXj_6YrF3-4" parent="1" style="swimlane;fontStyle=1;align=center;verticalAlign=top;childLayout=stackLayout;horizontal=1;startSize=26;horizontalStack=0;resizeParent=1;resizeParentMax=0;resizeLast=0;collapsible=1;marginBottom=0;whiteSpace=wrap;html=1;" value="Create_User" vertex="1">
          <mxGeometry height="250" width="160" x="840" y="403.92" as="geometry" />
        </mxCell>
        <mxCell id="bphd-XHS044pXj_6YrF3-5" parent="bphd-XHS044pXj_6YrF3-4" style="text;strokeColor=none;fillColor=none;align=left;verticalAlign=top;spacingLeft=4;spacingRight=4;overflow=hidden;rotatable=0;points=[[0,0.5],[1,0.5]];portConstraint=eastwest;whiteSpace=wrap;html=1;" value="first_name: string&lt;div&gt;&lt;br&gt;&lt;/div&gt;" vertex="1">
          <mxGeometry height="24" width="160" y="26" as="geometry" />
        </mxCell>
        <mxCell id="bphd-XHS044pXj_6YrF3-6" parent="bphd-XHS044pXj_6YrF3-4" style="line;strokeWidth=1;fillColor=none;align=left;verticalAlign=middle;spacingTop=-1;spacingLeft=3;spacingRight=3;rotatable=0;labelPosition=right;points=[];portConstraint=eastwest;strokeColor=inherit;" value="" vertex="1">
          <mxGeometry height="8" width="160" y="50" as="geometry" />
        </mxCell>
        <mxCell id="1CZEDAOxRYAH5AQD7Mqk-3" parent="bphd-XHS044pXj_6YrF3-4" style="text;strokeColor=none;fillColor=none;align=left;verticalAlign=top;spacingLeft=4;spacingRight=4;overflow=hidden;rotatable=0;points=[[0,0.5],[1,0.5]];portConstraint=eastwest;whiteSpace=wrap;html=1;" value="&lt;div&gt;last_name: string&lt;/div&gt;" vertex="1">
          <mxGeometry height="22" width="160" y="58" as="geometry" />
        </mxCell>
        <mxCell id="1CZEDAOxRYAH5AQD7Mqk-4" parent="bphd-XHS044pXj_6YrF3-4" style="line;strokeWidth=1;fillColor=none;align=left;verticalAlign=middle;spacingTop=-1;spacingLeft=3;spacingRight=3;rotatable=0;labelPosition=right;points=[];portConstraint=eastwest;strokeColor=inherit;" value="" vertex="1">
          <mxGeometry height="8" width="160" y="80" as="geometry" />
        </mxCell>
        <mxCell id="1CZEDAOxRYAH5AQD7Mqk-5" parent="bphd-XHS044pXj_6YrF3-4" style="text;strokeColor=none;fillColor=none;align=left;verticalAlign=top;spacingLeft=4;spacingRight=4;overflow=hidden;rotatable=0;points=[[0,0.5],[1,0.5]];portConstraint=eastwest;whiteSpace=wrap;html=1;" value="&lt;div&gt;email: string&lt;/div&gt;" vertex="1">
          <mxGeometry height="22" width="160" y="88" as="geometry" />
        </mxCell>
        <mxCell id="1CZEDAOxRYAH5AQD7Mqk-7" parent="bphd-XHS044pXj_6YrF3-4" style="line;strokeWidth=1;fillColor=none;align=left;verticalAlign=middle;spacingTop=-1;spacingLeft=3;spacingRight=3;rotatable=0;labelPosition=right;points=[];portConstraint=eastwest;strokeColor=inherit;" value="" vertex="1">
          <mxGeometry height="8" width="160" y="110" as="geometry" />
        </mxCell>
        <mxCell id="1CZEDAOxRYAH5AQD7Mqk-6" parent="bphd-XHS044pXj_6YrF3-4" style="text;strokeColor=none;fillColor=none;align=left;verticalAlign=top;spacingLeft=4;spacingRight=4;overflow=hidden;rotatable=0;points=[[0,0.5],[1,0.5]];portConstraint=eastwest;whiteSpace=wrap;html=1;" value="&lt;div&gt;password: string&lt;/div&gt;" vertex="1">
          <mxGeometry height="22" width="160" y="118" as="geometry" />
        </mxCell>
        <mxCell id="1CZEDAOxRYAH5AQD7Mqk-8" parent="bphd-XHS044pXj_6YrF3-4" style="line;strokeWidth=1;fillColor=none;align=left;verticalAlign=middle;spacingTop=-1;spacingLeft=3;spacingRight=3;rotatable=0;labelPosition=right;points=[];portConstraint=eastwest;strokeColor=inherit;" value="" vertex="1">
          <mxGeometry height="8" width="160" y="140" as="geometry" />
        </mxCell>
        <mxCell id="aWwyGlZGmxZRMDZtTTIC-2" parent="bphd-XHS044pXj_6YrF3-4" style="text;strokeColor=none;fillColor=none;align=left;verticalAlign=top;spacingLeft=4;spacingRight=4;overflow=hidden;rotatable=0;points=[[0,0.5],[1,0.5]];portConstraint=eastwest;whiteSpace=wrap;html=1;" value="&lt;div&gt;is_admin: boolean&lt;/div&gt;" vertex="1">
          <mxGeometry height="22" width="160" y="148" as="geometry" />
        </mxCell>
        <mxCell id="aWwyGlZGmxZRMDZtTTIC-3" parent="bphd-XHS044pXj_6YrF3-4" style="line;strokeWidth=1;fillColor=none;align=left;verticalAlign=middle;spacingTop=-1;spacingLeft=3;spacingRight=3;rotatable=0;labelPosition=right;points=[];portConstraint=eastwest;strokeColor=inherit;" value="" vertex="1">
          <mxGeometry height="8" width="160" y="170" as="geometry" />
        </mxCell>
        <mxCell id="bphd-XHS044pXj_6YrF3-7" parent="bphd-XHS044pXj_6YrF3-4" style="text;strokeColor=none;fillColor=none;align=left;verticalAlign=top;spacingLeft=4;spacingRight=4;overflow=hidden;rotatable=0;points=[[0,0.5],[1,0.5]];portConstraint=eastwest;whiteSpace=wrap;html=1;" value="+ __init__()&lt;div&gt;+ user_id()&lt;/div&gt;&lt;div&gt;+ date_time()&lt;/div&gt;" vertex="1">
          <mxGeometry height="72" width="160" y="178" as="geometry" />
        </mxCell>
        <mxCell id="IQe30unK_AcWwb2UXMVU-5" edge="1" parent="1" source="IQe30unK_AcWwb2UXMVU-1" style="edgeStyle=orthogonalEdgeStyle;rounded=0;orthogonalLoop=1;jettySize=auto;html=1;" target="IQe30unK_AcWwb2UXMVU-3" value="">
          <mxGeometry relative="1" as="geometry" />
        </mxCell>
        <mxCell id="IQe30unK_AcWwb2UXMVU-7" edge="1" parent="1" source="IQe30unK_AcWwb2UXMVU-1" style="edgeStyle=orthogonalEdgeStyle;rounded=0;orthogonalLoop=1;jettySize=auto;html=1;" target="IQe30unK_AcWwb2UXMVU-6" value="">
          <mxGeometry relative="1" as="geometry" />
        </mxCell>
        <mxCell id="IQe30unK_AcWwb2UXMVU-1" parent="1" style="whiteSpace=wrap;html=1;rounded=0;" value="User" vertex="1">
          <mxGeometry height="60" width="120" x="595" y="391.9150000000001" as="geometry" />
        </mxCell>
        <mxCell id="IQe30unK_AcWwb2UXMVU-3" parent="1" style="whiteSpace=wrap;html=1;rounded=0;" value="Reviews" vertex="1">
          <mxGeometry height="60" width="120" x="540" y="509.3750000000001" as="geometry" />
        </mxCell>
        <mxCell id="IQe30unK_AcWwb2UXMVU-6" parent="1" style="whiteSpace=wrap;html=1;rounded=0;" value="Viewing Amenities" vertex="1">
          <mxGeometry height="60" width="120" x="675" y="509.37500000000006" as="geometry" />
        </mxCell>
        <mxCell id="bphd-XHS044pXj_6YrF3-12" edge="1" parent="1" source="bphd-XHS044pXj_6YrF3-9" style="edgeStyle=orthogonalEdgeStyle;rounded=0;orthogonalLoop=1;jettySize=auto;html=1;exitX=1;exitY=0.75;exitDx=0;exitDy=0;entryX=0.5;entryY=0;entryDx=0;entryDy=0;" target="bphd-XHS044pXj_6YrF3-11">
          <mxGeometry relative="1" as="geometry" />
        </mxCell>
        <mxCell id="bphd-XHS044pXj_6YrF3-9" parent="1" style="rounded=0;whiteSpace=wrap;html=1;align=center;fillColor=#fff2cc;strokeColor=#d6b656;" value="&lt;div style=&quot;&quot;&gt;&lt;font color=&quot;#dce9f9&quot; face=&quot;aktiv-grotesk, sans-serif&quot;&gt;&lt;span style=&quot;font-size: 14px; background-color: rgb(32, 36, 38);&quot;&gt;&lt;b&gt;Amenities&lt;/b&gt;&lt;/span&gt;&lt;/font&gt;&lt;/div&gt;" vertex="1">
          <mxGeometry height="65.46" width="120" x="440" y="800" as="geometry" />
        </mxCell>
        <mxCell id="bphd-XHS044pXj_6YrF3-11" parent="1" style="rounded=0;whiteSpace=wrap;html=1;align=center;fillColor=#fff2cc;strokeColor=#d6b656;" value="&lt;div style=&quot;&quot;&gt;&lt;font color=&quot;#1d2836&quot; face=&quot;aktiv-grotesk, sans-serif&quot;&gt;&lt;span style=&quot;font-size: 14px; background-color: rgb(203, 207, 209);&quot;&gt;&lt;b&gt;Name&lt;/b&gt;&lt;/span&gt;&lt;/font&gt;&lt;/div&gt;&lt;div style=&quot;&quot;&gt;&lt;font color=&quot;#1d2836&quot; face=&quot;aktiv-grotesk, sans-serif&quot;&gt;&lt;span style=&quot;font-size: 14px; background-color: rgb(203, 207, 209);&quot;&gt;&lt;b&gt;Description&lt;/b&gt;&lt;/span&gt;&lt;/font&gt;&lt;/div&gt;" vertex="1">
          <mxGeometry height="65.46" width="120" x="560" y="930" as="geometry" />
        </mxCell>
        <mxCell id="bphd-XHS044pXj_6YrF3-17" parent="1" style="shape=folder;fontStyle=1;spacingTop=10;tabWidth=40;tabHeight=14;tabPosition=left;html=1;whiteSpace=wrap;" value="Presentation Layer" vertex="1">
          <mxGeometry height="310" width="620" x="120" y="1690" as="geometry" />
        </mxCell>
        <mxCell id="bphd-XHS044pXj_6YrF3-19" parent="1" style="shape=folder;fontStyle=1;spacingTop=10;tabWidth=160;tabHeight=50;tabPosition=left;html=1;whiteSpace=wrap;" value="Business Layer" vertex="1">
          <mxGeometry height="310" width="620" x="270" y="2060" as="geometry" />
        </mxCell>
        <mxCell id="5oGTE3Xe48jpl4K919ed-21" edge="1" parent="1" source="bphd-XHS044pXj_6YrF3-20" style="edgeStyle=orthogonalEdgeStyle;rounded=0;orthogonalLoop=1;jettySize=auto;html=1;exitX=0.25;exitY=1;exitDx=0;exitDy=0;exitPerimeter=0;dashed=1;" target="5oGTE3Xe48jpl4K919ed-22">
          <mxGeometry relative="1" as="geometry">
            <mxPoint x="473.6923076923076" y="2640" as="targetPoint" />
          </mxGeometry>
        </mxCell>
        <mxCell id="5oGTE3Xe48jpl4K919ed-23" edge="1" parent="1" source="bphd-XHS044pXj_6YrF3-20" style="edgeStyle=orthogonalEdgeStyle;rounded=0;orthogonalLoop=1;jettySize=auto;html=1;exitX=0.75;exitY=1;exitDx=0;exitDy=0;exitPerimeter=0;dashed=1;" target="5oGTE3Xe48jpl4K919ed-24">
          <mxGeometry relative="1" as="geometry">
            <mxPoint x="721.3846153846152" y="2650" as="targetPoint" />
          </mxGeometry>
        </mxCell>
        <mxCell id="bphd-XHS044pXj_6YrF3-20" parent="1" style="shape=folder;fontStyle=1;spacingTop=10;tabWidth=40;tabHeight=14;tabPosition=left;html=1;whiteSpace=wrap;" value="Persistence Layer" vertex="1">
          <mxGeometry height="150" width="495" x="350" y="2430" as="geometry" />
        </mxCell>
        <mxCell id="bphd-XHS044pXj_6YrF3-21" parent="1" style="shape=folder;fontStyle=1;spacingTop=10;tabWidth=40;tabHeight=14;tabPosition=left;html=1;whiteSpace=wrap;" value="Presentation Logic" vertex="1">
          <mxGeometry height="155" width="190" x="525" y="1730" as="geometry" />
        </mxCell>
        <mxCell id="bphd-XHS044pXj_6YrF3-24" parent="1" style="shape=folder;fontStyle=1;spacingTop=10;tabWidth=40;tabHeight=14;tabPosition=left;html=1;whiteSpace=wrap;" value="User Interface" vertex="1">
          <mxGeometry height="155" width="190" x="160" y="1730" as="geometry" />
        </mxCell>
        <mxCell id="5oGTE3Xe48jpl4K919ed-3" edge="1" parent="1" source="5oGTE3Xe48jpl4K919ed-1" style="edgeStyle=orthogonalEdgeStyle;rounded=0;orthogonalLoop=1;jettySize=auto;html=1;exitX=0.5;exitY=1;exitDx=0;exitDy=0;exitPerimeter=0;entryX=0;entryY=0;entryDx=330;entryDy=14;entryPerimeter=0;dashed=1;" target="bphd-XHS044pXj_6YrF3-17">
          <mxGeometry relative="1" as="geometry" />
        </mxCell>
        <mxCell id="5oGTE3Xe48jpl4K919ed-1" parent="1" style="shape=folder;fontStyle=1;spacingTop=10;tabWidth=40;tabHeight=14;tabPosition=left;html=1;whiteSpace=wrap;" value="Users" vertex="1">
          <mxGeometry height="60" width="130" x="380" y="1580" as="geometry" />
        </mxCell>
        <mxCell id="5oGTE3Xe48jpl4K919ed-5" edge="1" parent="1" source="bphd-XHS044pXj_6YrF3-17" style="edgeStyle=orthogonalEdgeStyle;rounded=0;orthogonalLoop=1;jettySize=auto;html=1;exitX=0.5;exitY=1;exitDx=0;exitDy=0;exitPerimeter=0;entryX=0;entryY=0;entryDx=390;entryDy=50;entryPerimeter=0;dashed=1;" target="bphd-XHS044pXj_6YrF3-19">
          <mxGeometry relative="1" as="geometry" />
        </mxCell>
        <mxCell id="5oGTE3Xe48jpl4K919ed-6" edge="1" parent="1" source="bphd-XHS044pXj_6YrF3-19" style="edgeStyle=orthogonalEdgeStyle;rounded=0;orthogonalLoop=1;jettySize=auto;html=1;exitX=0.5;exitY=1;exitDx=0;exitDy=0;exitPerimeter=0;entryX=0.505;entryY=0.067;entryDx=0;entryDy=0;entryPerimeter=0;dashed=1;" target="bphd-XHS044pXj_6YrF3-20">
          <mxGeometry relative="1" as="geometry" />
        </mxCell>
        <mxCell id="5oGTE3Xe48jpl4K919ed-9" parent="1" style="shape=folder;fontStyle=1;spacingTop=10;tabWidth=40;tabHeight=14;tabPosition=left;html=1;whiteSpace=wrap;" value="Application&lt;div&gt;Facade&lt;/div&gt;" vertex="1">
          <mxGeometry height="80" width="155" x="510" y="2120" as="geometry" />
        </mxCell>
        <mxCell id="5oGTE3Xe48jpl4K919ed-10" parent="1" style="shape=folder;fontStyle=1;spacingTop=10;tabWidth=40;tabHeight=14;tabPosition=left;html=1;whiteSpace=wrap;" value="Business&lt;div&gt;Entities&lt;/div&gt;" vertex="1">
          <mxGeometry height="50" width="140" x="710" y="2300" as="geometry" />
        </mxCell>
        <mxCell id="5oGTE3Xe48jpl4K919ed-11" edge="1" parent="1" source="5oGTE3Xe48jpl4K919ed-9" style="edgeStyle=orthogonalEdgeStyle;rounded=0;orthogonalLoop=1;jettySize=auto;html=1;exitX=0;exitY=0;exitDx=155;exitDy=52;exitPerimeter=0;entryX=0;entryY=0;entryDx=0;entryDy=32;entryPerimeter=0;" target="5oGTE3Xe48jpl4K919ed-10">
          <mxGeometry relative="1" as="geometry" />
        </mxCell>
        <mxCell id="5oGTE3Xe48jpl4K919ed-12" parent="1" style="shape=folder;fontStyle=1;spacingTop=10;tabWidth=40;tabHeight=14;tabPosition=left;html=1;whiteSpace=wrap;" value="Business&lt;div&gt;Workflow&lt;/div&gt;" vertex="1">
          <mxGeometry height="50" width="145" x="320" y="2290" as="geometry" />
        </mxCell>
        <mxCell id="5oGTE3Xe48jpl4K919ed-14" edge="1" parent="1" source="5oGTE3Xe48jpl4K919ed-9" style="edgeStyle=orthogonalEdgeStyle;rounded=0;orthogonalLoop=1;jettySize=auto;html=1;entryX=0;entryY=0;entryDx=40;entryDy=14;entryPerimeter=0;" target="5oGTE3Xe48jpl4K919ed-12">
          <mxGeometry relative="1" as="geometry" />
        </mxCell>
        <mxCell id="5oGTE3Xe48jpl4K919ed-15" parent="1" style="shape=folder;fontStyle=1;spacingTop=10;tabWidth=40;tabHeight=14;tabPosition=left;html=1;whiteSpace=wrap;" value="Business&lt;div&gt;Components&lt;/div&gt;" vertex="1">
          <mxGeometry height="50" width="125" x="525" y="2300" as="geometry" />
        </mxCell>
        <mxCell id="5oGTE3Xe48jpl4K919ed-18" edge="1" parent="1" source="5oGTE3Xe48jpl4K919ed-9" style="edgeStyle=orthogonalEdgeStyle;rounded=0;orthogonalLoop=1;jettySize=auto;html=1;exitX=0.5;exitY=1;exitDx=0;exitDy=0;exitPerimeter=0;entryX=0;entryY=0;entryDx=0;entryDy=32;entryPerimeter=0;" target="5oGTE3Xe48jpl4K919ed-15">
          <mxGeometry relative="1" as="geometry" />
        </mxCell>
        <mxCell id="5oGTE3Xe48jpl4K919ed-19" parent="1" style="shape=folder;fontStyle=1;spacingTop=10;tabWidth=40;tabHeight=14;tabPosition=left;html=1;whiteSpace=wrap;" value="Data Access" vertex="1">
          <mxGeometry height="50" width="70" x="410" y="2490" as="geometry" />
        </mxCell>
        <mxCell id="5oGTE3Xe48jpl4K919ed-20" parent="1" style="shape=folder;fontStyle=1;spacingTop=10;tabWidth=40;tabHeight=14;tabPosition=left;html=1;whiteSpace=wrap;" value="Service Agents" vertex="1">
          <mxGeometry height="50" width="70" x="715" y="2491" as="geometry" />
        </mxCell>
        <mxCell id="5oGTE3Xe48jpl4K919ed-22" parent="1" style="shape=folder;fontStyle=1;spacingTop=10;tabWidth=40;tabHeight=14;tabPosition=left;html=1;whiteSpace=wrap;" value="Data Sources" vertex="1">
          <mxGeometry height="50" width="70" x="440.0023076923076" y="2660" as="geometry" />
        </mxCell>
        <mxCell id="5oGTE3Xe48jpl4K919ed-24" parent="1" style="shape=folder;fontStyle=1;spacingTop=10;tabWidth=40;tabHeight=14;tabPosition=left;html=1;whiteSpace=wrap;" value="External&amp;nbsp;&lt;br&gt;Services" vertex="1">
          <mxGeometry height="50" width="70" x="687.5046153846152" y="2665" as="geometry" />
        </mxCell>
        <mxCell id="5oGTE3Xe48jpl4K919ed-25" parent="1" style="shape=folder;fontStyle=1;spacingTop=10;tabWidth=40;tabHeight=14;tabPosition=left;html=1;whiteSpace=wrap;" value="Cross Cutting" vertex="1">
          <mxGeometry height="690" width="320" x="1060" y="1850" as="geometry" />
        </mxCell>
        <mxCell id="5oGTE3Xe48jpl4K919ed-26" parent="1" style="shape=folder;fontStyle=1;spacingTop=10;tabWidth=40;tabHeight=14;tabPosition=left;html=1;whiteSpace=wrap;" value="Security" vertex="1">
          <mxGeometry height="79" width="120" x="1155" y="1960" as="geometry" />
        </mxCell>
        <mxCell id="5oGTE3Xe48jpl4K919ed-27" parent="1" style="shape=folder;fontStyle=1;spacingTop=10;tabWidth=40;tabHeight=14;tabPosition=left;html=1;whiteSpace=wrap;" value="Operational Management" vertex="1">
          <mxGeometry height="80" width="142.5" x="1148.75" y="2100" as="geometry" />
        </mxCell>
        <mxCell id="5oGTE3Xe48jpl4K919ed-28" parent="1" style="shape=folder;fontStyle=1;spacingTop=10;tabWidth=40;tabHeight=14;tabPosition=left;html=1;whiteSpace=wrap;" value="Communication" vertex="1">
          <mxGeometry height="100" width="147.5" x="1146.25" y="2260" as="geometry" />
        </mxCell>
        <mxCell id="5oGTE3Xe48jpl4K919ed-29" edge="1" parent="1" source="bphd-XHS044pXj_6YrF3-20" style="edgeStyle=orthogonalEdgeStyle;rounded=0;orthogonalLoop=1;jettySize=auto;html=1;exitX=0;exitY=0;exitDx=495;exitDy=82;exitPerimeter=0;entryX=0;entryY=0;entryDx=0;entryDy=521;entryPerimeter=0;dashed=1;" target="5oGTE3Xe48jpl4K919ed-25">
          <mxGeometry relative="1" as="geometry" />
        </mxCell>
        <mxCell id="5oGTE3Xe48jpl4K919ed-30" edge="1" parent="1" source="bphd-XHS044pXj_6YrF3-19" style="edgeStyle=orthogonalEdgeStyle;rounded=0;orthogonalLoop=1;jettySize=auto;html=1;exitX=0;exitY=0;exitDx=620;exitDy=180;exitPerimeter=0;entryX=0.006;entryY=0.499;entryDx=0;entryDy=0;entryPerimeter=0;dashed=1;" target="5oGTE3Xe48jpl4K919ed-25">
          <mxGeometry relative="1" as="geometry" />
        </mxCell>
        <mxCell id="5oGTE3Xe48jpl4K919ed-31" edge="1" parent="1" source="bphd-XHS044pXj_6YrF3-17" style="edgeStyle=orthogonalEdgeStyle;rounded=0;orthogonalLoop=1;jettySize=auto;html=1;exitX=0;exitY=0;exitDx=620;exitDy=236;exitPerimeter=0;entryX=0;entryY=0;entryDx=0;entryDy=183;entryPerimeter=0;dashed=1;" target="5oGTE3Xe48jpl4K919ed-25">
          <mxGeometry relative="1" as="geometry" />
        </mxCell>
        <mxCell id="Xk1fa7zEFvqhqLaLLcKz-10" edge="1" parent="1" source="Xk1fa7zEFvqhqLaLLcKz-18" style="edgeStyle=orthogonalEdgeStyle;rounded=0;orthogonalLoop=1;jettySize=auto;html=1;exitX=0.5;exitY=1;exitDx=0;exitDy=0;entryX=0.5;entryY=0;entryDx=0;entryDy=0;" target="Xk1fa7zEFvqhqLaLLcKz-7">
          <mxGeometry relative="1" as="geometry" />
        </mxCell>
-         <mxCell id="Xk1fa7zEFvqhqLaLLcKz-6" parent="1" style="verticalAlign=top;align=left;overflow=fill;html=1;whiteSpace=wrap;" value="&lt;p style=&quot;margin:0px;margin-top:4px;text-align:center;&quot;&gt;&lt;i&gt;&amp;lt;&amp;lt;Interface&amp;gt;&amp;gt;&lt;/i&gt;&lt;br&gt;&lt;/p&gt;&lt;p style=&quot;margin:0px;margin-left:4px;&quot;&gt;&lt;span style=&quot;background-color: transparent; font-family: Menlo, Monaco, Consolas, &amp;quot;Courier New&amp;quot;, monospace; font-size: inherit; white-space: pre-wrap; color: rgb(220, 233, 249);&quot;&gt;class PresentationLayer&lt;/span&gt;&lt;/p&gt;&lt;p style=&quot;margin:0px;margin-left:4px;&quot;&gt;&amp;nbsp;+ServiceAPI&lt;br&gt;+ClientInterface&lt;/p&gt;" vertex="1">
-           <mxGeometry height="60" width="190" x="980" y="860" as="geometry" />
+         <mxCell id="Xk1fa7zEFvqhqLaLLcKz-6" parent="1" style="verticalAlign=top;align=left;overflow=fill;html=1;whiteSpace=wrap;" value="&lt;p style=&quot;margin:0px;margin-top:4px;text-align:center;&quot;&gt;&lt;i&gt;&amp;lt;&amp;lt;Interface&amp;gt;&amp;gt;&lt;/i&gt;&lt;br&gt;&lt;/p&gt;&lt;p style=&quot;margin:0px;margin-left:4px;&quot;&gt;&lt;span style=&quot;background-color: transparent; font-family: Menlo, Monaco, Consolas, &amp;quot;Courier New&amp;quot;, monospace; font-size: inherit; white-space: pre-wrap; color: rgb(220, 233, 249); --dm-inline-bgcolor: transparent;&quot; data-dm-inline-bgcolor=&quot;&quot;&gt;Presentation Layer&lt;/span&gt;&lt;/p&gt;&lt;p style=&quot;margin:0px;margin-left:4px;&quot;&gt;&amp;nbsp;+ServiceAPI&lt;br&gt;+ClientInterface&lt;/p&gt;" vertex="1">
+           <mxGeometry height="60" width="190" x="950" y="820" as="geometry" />
        </mxCell>
        <mxCell id="Xk1fa7zEFvqhqLaLLcKz-12" edge="1" parent="1" source="Xk1fa7zEFvqhqLaLLcKz-20" style="edgeStyle=orthogonalEdgeStyle;rounded=0;orthogonalLoop=1;jettySize=auto;html=1;exitX=0.5;exitY=1;exitDx=0;exitDy=0;" target="Xk1fa7zEFvqhqLaLLcKz-11">
          <mxGeometry relative="1" as="geometry" />
        </mxCell>
-         <mxCell id="Xk1fa7zEFvqhqLaLLcKz-7" parent="1" style="html=1;whiteSpace=wrap;" value="&lt;pre style=&quot;box-sizing: border-box; overflow: auto; font-family: Menlo, Monaco, Consolas, &amp;quot;Courier New&amp;quot;, monospace; font-size: 13px; margin: 0px 0px 10px; line-height: 1.42857; color: rgb(220, 233, 249); word-break: break-all; overflow-wrap: break-word; border: 1px solid rgb(114, 105, 91); scrollbar-color: rgb(95, 99, 104) rgb(49, 54, 60); text-align: start; background-color: rgb(32, 36, 38); padding: 10px !important; border-radius: 4px !important;&quot;&gt;&lt;code class=&quot;mermaid language-mermaid&quot; style=&quot;box-sizing: border-box; font-family: Menlo, Monaco, Consolas, &amp;quot;Courier New&amp;quot;, monospace; font-size: inherit; padding: 0px; border-radius: 0px; white-space: pre-wrap; scrollbar-color: rgb(95, 99, 104) rgb(49, 54, 60); background-color: transparent !important;&quot;&gt;class BusinessLogicLayer&lt;br&gt;+&lt;/code&gt;ModelClasses&lt;br&gt;+User&lt;br&gt;+Review&lt;br&gt;+Amenities&lt;br&gt;+Place&lt;br&gt;+BookingService&lt;br&gt;+Comments&lt;/pre&gt;" vertex="1">
-           <mxGeometry height="190" width="254" x="948" y="1020" as="geometry" />
-         </mxCell>
-         <mxCell id="Xk1fa7zEFvqhqLaLLcKz-11" parent="1" style="html=1;whiteSpace=wrap;" value="&lt;pre style=&quot;box-sizing: border-box; overflow: auto; font-family: Menlo, Monaco, Consolas, &amp;quot;Courier New&amp;quot;, monospace; font-size: 13px; margin: 0px 0px 10px; line-height: 1.42857; color: rgb(220, 233, 249); word-break: break-all; overflow-wrap: break-word; border: 1px solid rgb(114, 105, 91); scrollbar-color: rgb(95, 99, 104) rgb(49, 54, 60); text-align: start; background-color: rgb(32, 36, 38); padding: 10px !important; border-radius: 4px !important;&quot;&gt;&lt;code class=&quot;mermaid language-mermaid&quot; style=&quot;box-sizing: border-box; font-family: Menlo, Monaco, Consolas, &amp;quot;Courier New&amp;quot;, monospace; font-size: inherit; padding: 0px; border-radius: 0px; white-space: pre-wrap; scrollbar-color: rgb(95, 99, 104) rgb(49, 54, 60); background-color: transparent !important;&quot;&gt;class PersistenceLayer&lt;br&gt;&lt;pre style=&quot;box-sizing: border-box; overflow: auto; font-family: Menlo, Monaco, Consolas, &amp;quot;Courier New&amp;quot;, monospace; margin: 0px 0px 10px; line-height: 1.42857; color: rgb(220, 233, 249); word-break: break-all; overflow-wrap: break-word; border: 1px solid rgb(114, 105, 91); scrollbar-color: rgb(95, 99, 104) rgb(49, 54, 60); padding: 10px !important; background-color: rgb(32, 36, 38); border-radius: 4px !important;&quot;&gt;&lt;code class=&quot;mermaid language-mermaid&quot; style=&quot;box-sizing: border-box; font-family: Menlo, Monaco, Consolas, &amp;quot;Courier New&amp;quot;, monospace; font-size: inherit; padding: 0px; border-radius: 0px; white-space: pre-wrap; scrollbar-color: rgb(95, 99, 104) rgb(49, 54, 60); background-color: transparent !important;&quot;&gt;+DatabaseAccess&lt;br&gt;+AccountStoring&lt;br&gt;+PlaceInformation&lt;/code&gt;&lt;/pre&gt;&lt;/code&gt;&lt;/pre&gt;" vertex="1">
-           <mxGeometry height="130" width="310" x="922" y="1320" as="geometry" />
+         <mxCell id="Xk1fa7zEFvqhqLaLLcKz-7" parent="1" style="html=1;whiteSpace=wrap;" value="&lt;pre style=&quot;box-sizing: border-box; overflow: auto; font-family: Menlo, Monaco, Consolas, &amp;quot;Courier New&amp;quot;, monospace; font-size: 13px; margin: 0px 0px 10px; line-height: 1.42857; color: rgb(220, 233, 249); word-break: break-all; overflow-wrap: break-word; border: 1px solid rgb(114, 105, 91); scrollbar-color: rgb(95, 99, 104) rgb(49, 54, 60); text-align: start; background-color: rgb(32, 36, 38); padding: 10px !important; border-radius: 4px !important;&quot;&gt;&lt;code class=&quot;mermaid language-mermaid&quot; style=&quot;box-sizing: border-box; font-family: Menlo, Monaco, Consolas, &amp;quot;Courier New&amp;quot;, monospace; font-size: inherit; padding: 0px; border-radius: 0px; white-space: pre-wrap; scrollbar-color: rgb(95, 99, 104) rgb(49, 54, 60); background-color: transparent !important; --dm-inline-bgcolor: transparent;&quot; data-dm-inline-bgcolor=&quot;&quot;&gt;Business Logic Layer&lt;br&gt;+&lt;/code&gt;ModelClasses&lt;br&gt;+User&lt;br&gt;+Review&lt;br&gt;+Amenities&lt;br&gt;+Place&lt;br&gt;+BookingService&lt;br&gt;+Comments&lt;/pre&gt;" vertex="1">
+           <mxGeometry height="190" width="254" x="918" y="980" as="geometry" />
+         </mxCell>
+         <mxCell id="Xk1fa7zEFvqhqLaLLcKz-11" parent="1" style="html=1;whiteSpace=wrap;" value="&lt;pre style=&quot;box-sizing: border-box; overflow: auto; font-family: Menlo, Monaco, Consolas, &amp;quot;Courier New&amp;quot;, monospace; font-size: 13px; margin: 0px 0px 10px; line-height: 1.42857; color: rgb(220, 233, 249); word-break: break-all; overflow-wrap: break-word; border: 1px solid rgb(114, 105, 91); scrollbar-color: rgb(95, 99, 104) rgb(49, 54, 60); text-align: start; background-color: rgb(32, 36, 38); padding: 10px !important; border-radius: 4px !important;&quot;&gt;&lt;code class=&quot;mermaid language-mermaid&quot; style=&quot;box-sizing: border-box; font-family: Menlo, Monaco, Consolas, &amp;quot;Courier New&amp;quot;, monospace; font-size: inherit; padding: 0px; border-radius: 0px; white-space: pre-wrap; scrollbar-color: rgb(95, 99, 104) rgb(49, 54, 60); background-color: transparent !important; --dm-inline-bgcolor: transparent;&quot; data-dm-inline-bgcolor=&quot;&quot;&gt;Persistence Layer&lt;br&gt;&lt;pre style=&quot;box-sizing: border-box; overflow: auto; font-family: Menlo, Monaco, Consolas, &amp;quot;Courier New&amp;quot;, monospace; margin: 0px 0px 10px; line-height: 1.42857; color: rgb(220, 233, 249); word-break: break-all; overflow-wrap: break-word; border: 1px solid rgb(114, 105, 91); scrollbar-color: rgb(95, 99, 104) rgb(49, 54, 60); background-color: rgb(32, 36, 38); padding: 10px !important; border-radius: 4px !important;&quot;&gt;&lt;code class=&quot;mermaid language-mermaid&quot; style=&quot;box-sizing: border-box; font-family: Menlo, Monaco, Consolas, &amp;quot;Courier New&amp;quot;, monospace; font-size: inherit; padding: 0px; border-radius: 0px; white-space: pre-wrap; scrollbar-color: rgb(95, 99, 104) rgb(49, 54, 60); background-color: transparent !important; --dm-inline-bgcolor: transparent;&quot; data-dm-inline-bgcolor=&quot;&quot;&gt;+DatabaseAccess&lt;br&gt;+FileStorage&lt;br&gt;+DataPerisistence&lt;/code&gt;&lt;/pre&gt;&lt;/code&gt;&lt;/pre&gt;" vertex="1">
+           <mxGeometry height="130" width="310" x="887" y="1280" as="geometry" />
        </mxCell>
        <mxCell id="Xk1fa7zEFvqhqLaLLcKz-17" edge="1" parent="1" source="Xk1fa7zEFvqhqLaLLcKz-6" style="edgeStyle=orthogonalEdgeStyle;rounded=0;orthogonalLoop=1;jettySize=auto;html=1;exitX=0.5;exitY=1;exitDx=0;exitDy=0;entryX=0.5;entryY=0;entryDx=0;entryDy=0;" target="Xk1fa7zEFvqhqLaLLcKz-18" value="">
          <mxGeometry relative="1" as="geometry">
-             <mxPoint x="1075" y="920" as="sourcePoint" />
-             <mxPoint x="1075" y="1020" as="targetPoint" />
+             <mxPoint x="1045" y="880" as="sourcePoint" />
+             <mxPoint x="1045" y="980" as="targetPoint" />
          </mxGeometry>
        </mxCell>
        <mxCell id="Xk1fa7zEFvqhqLaLLcKz-18" parent="1" style="html=1;whiteSpace=wrap;" value="&lt;pre style=&quot;box-sizing: border-box; overflow: auto; font-family: Menlo, Monaco, Consolas, &amp;quot;Courier New&amp;quot;, monospace; font-size: 13px; margin: 0px 0px 10px; line-height: 1.42857; color: rgb(220, 233, 249); word-break: break-all; overflow-wrap: break-word; border-width: 1px; border-style: solid; border-image: initial; scrollbar-color: rgb(95, 99, 104) rgb(49, 54, 60); text-align: start; padding: 10px !important; background-color: rgb(32, 36, 38) !important; border-color: rgb(114, 105, 91) !important; border-radius: 4px !important;&quot;&gt;&lt;code class=&quot;mermaid language-mermaid&quot; style=&quot;box-sizing: border-box; font-family: Menlo, Monaco, Consolas, &amp;quot;Courier New&amp;quot;, monospace; font-size: inherit; padding: 0px; border-radius: 0px; white-space: pre-wrap; scrollbar-color: rgb(95, 99, 104) rgb(49, 54, 60); background-color: transparent !important;&quot;&gt;Facade Pattern&lt;/code&gt;&lt;/pre&gt;" vertex="1">
-           <mxGeometry height="55" width="260" x="942" y="940" as="geometry" />
+           <mxGeometry height="55" width="260" x="912" y="900" as="geometry" />
        </mxCell>
        <mxCell id="Xk1fa7zEFvqhqLaLLcKz-19" edge="1" parent="1" source="Xk1fa7zEFvqhqLaLLcKz-7" style="edgeStyle=orthogonalEdgeStyle;rounded=0;orthogonalLoop=1;jettySize=auto;html=1;exitX=0.5;exitY=1;exitDx=0;exitDy=0;" target="Xk1fa7zEFvqhqLaLLcKz-20" value="">
          <mxGeometry relative="1" as="geometry">
-             <mxPoint x="1075" y="1210" as="sourcePoint" />
-             <mxPoint x="1075" y="1280" as="targetPoint" />
+             <mxPoint x="1045" y="1170" as="sourcePoint" />
+             <mxPoint x="1045" y="1240" as="targetPoint" />
          </mxGeometry>
        </mxCell>
        <mxCell id="Xk1fa7zEFvqhqLaLLcKz-20" parent="1" style="html=1;whiteSpace=wrap;" value="&lt;pre style=&quot;box-sizing: border-box; overflow: auto; font-family: Menlo, Monaco, Consolas, &amp;quot;Courier New&amp;quot;, monospace; font-size: 13px; margin: 0px 0px 10px; line-height: 1.42857; color: rgb(220, 233, 249); word-break: break-all; overflow-wrap: break-word; border-width: 1px; border-style: solid; border-image: initial; scrollbar-color: rgb(95, 99, 104) rgb(49, 54, 60); text-align: start; padding: 10px !important; background-color: rgb(32, 36, 38) !important; border-color: rgb(114, 105, 91) !important; border-radius: 4px !important;&quot;&gt;&lt;code class=&quot;mermaid language-mermaid&quot; style=&quot;box-sizing: border-box; font-family: Menlo, Monaco, Consolas, &amp;quot;Courier New&amp;quot;, monospace; font-size: inherit; padding: 0px; border-radius: 0px; white-space: pre-wrap; scrollbar-color: rgb(95, 99, 104) rgb(49, 54, 60); background-color: transparent !important;&quot;&gt;Database Operations&lt;/code&gt;&lt;/pre&gt;" vertex="1">
-           <mxGeometry height="50" width="250" x="952" y="1230" as="geometry" />
+           <mxGeometry height="50" width="250" x="922" y="1190" as="geometry" />
        </mxCell>
        <mxCell id="aWwyGlZGmxZRMDZtTTIC-4" parent="1" style="rounded=0;whiteSpace=wrap;html=1;align=center;fillColor=#fff2cc;strokeColor=#d6b656;" value="Admin page" vertex="1">
          <mxGeometry height="65.46" width="120" x="330" y="500" as="geometry" />
        </mxCell>
        <mxCell id="lqWkxY9uZ9eT4ogvRrYx-4" edge="1" parent="1" source="lqWkxY9uZ9eT4ogvRrYx-2" style="edgeStyle=orthogonalEdgeStyle;rounded=0;orthogonalLoop=1;jettySize=auto;html=1;exitX=0.5;exitY=1;exitDx=0;exitDy=0;entryX=0.5;entryY=0;entryDx=0;entryDy=0;" target="knfjWByLyRWuwcYY4K55-9">
          <mxGeometry relative="1" as="geometry">
            <mxPoint x="1450" y="490" as="targetPoint" />
          </mxGeometry>
        </mxCell>
        <mxCell id="lqWkxY9uZ9eT4ogvRrYx-2" parent="1" style="rounded=0;whiteSpace=wrap;html=1;align=center;fillColor=#fff2cc;strokeColor=#d6b656;" value="&lt;div style=&quot;&quot;&gt;&lt;font color=&quot;#dce9f9&quot; face=&quot;aktiv-grotesk, sans-serif&quot;&gt;&lt;span style=&quot;font-size: 14px; background-color: rgb(32, 36, 38);&quot;&gt;&lt;b&gt;Checking for access right&lt;/b&gt;&lt;/span&gt;&lt;/font&gt;&lt;/div&gt;" vertex="1">
          <mxGeometry height="65.46" width="120" x="1415" y="370" as="geometry" />
        </mxCell>
      </root>
    </mxGraphModel>
  </diagram>
</mxfile>
